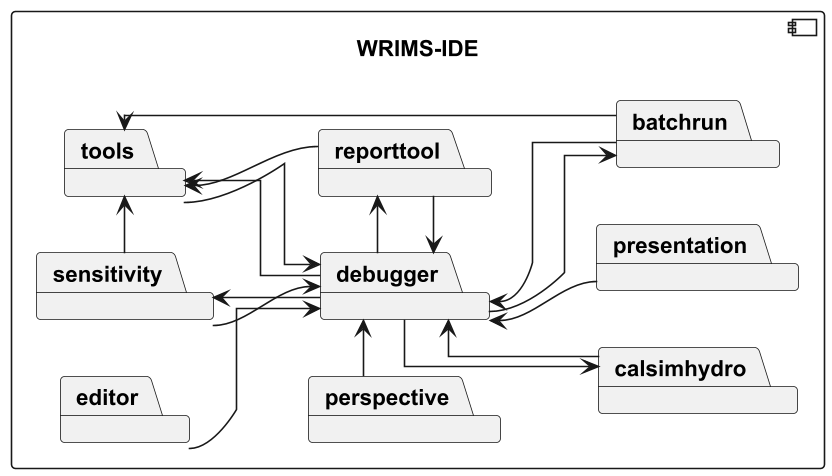
This is docs/diagrams/wrims-ide/wrims-ide-interdeps.png from CentralValleyModeling/wrims-gui, a PlantUML export, as it was before one commit. Source of this version:
```plantuml
@startuml
left to right direction
skinparam linetype ortho

component WRIMS_IDE as "WRIMS-IDE" {
    package debugger
    package sensitivity
    package tools
    package reporttool
    package batchrun
    package calsimhydro
    package editor
    package perspective
    package presentation
}

sensitivity -> tools
sensitivity -> debugger

calsimhydro --> debugger

batchrun -> tools
batchrun --> debugger

reporttool -> tools
reporttool -> debugger

debugger -> sensitivity
debugger -> batchrun
debugger -> calsimhydro
debugger -> reporttool
debugger -> tools

tools --> debugger

editor -d-> debugger
perspective -> debugger
presentation -u-> debugger

@enduml
```
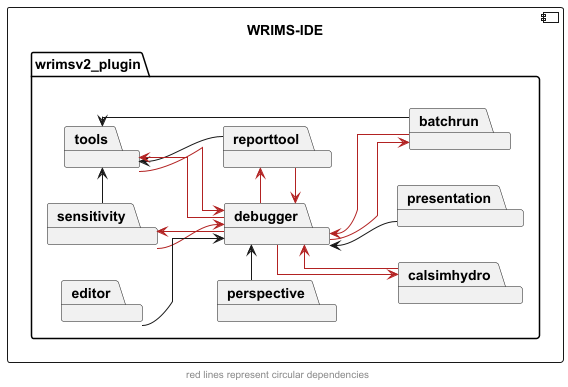
After the change.

Change to the diagram source:
```diff
@@ -3,38 +3,41 @@
 skinparam linetype ortho
 
 component WRIMS_IDE as "WRIMS-IDE" {
-    package debugger
-    package sensitivity
-    package tools
-    package reporttool
-    package batchrun
-    package calsimhydro
-    package editor
-    package perspective
-    package presentation
+    package wrimsv2_plugin {
+        package debugger
+        package sensitivity
+        package tools
+        package reporttool
+        package batchrun
+        package calsimhydro
+        package editor
+        package perspective
+        package presentation
+    }
 }
 
 sensitivity -> tools
-sensitivity -> debugger
+sensitivity -> debugger #firebrick
 
-calsimhydro --> debugger
+calsimhydro --> debugger #firebrick
 
 batchrun -> tools
-batchrun --> debugger
+batchrun --> debugger #firebrick
 
 reporttool -> tools
-reporttool -> debugger
+reporttool -> debugger #firebrick
 
-debugger -> sensitivity
-debugger -> batchrun
-debugger -> calsimhydro
-debugger -> reporttool
-debugger -> tools
+debugger -> sensitivity #firebrick
+debugger -> batchrun #firebrick
+debugger -> calsimhydro #firebrick
+debugger -> reporttool #firebrick
+debugger -> tools #firebrick
 
-tools --> debugger
+tools --> debugger #firebrick
 
 editor -d-> debugger
 perspective -> debugger
 presentation -u-> debugger
 
+footer "red lines represent circular dependencies"
 @enduml
```
